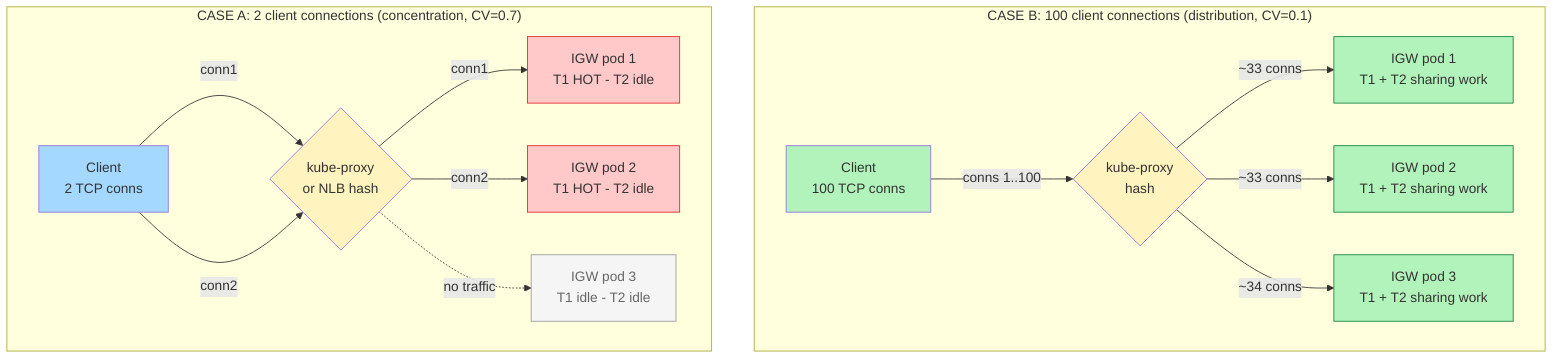
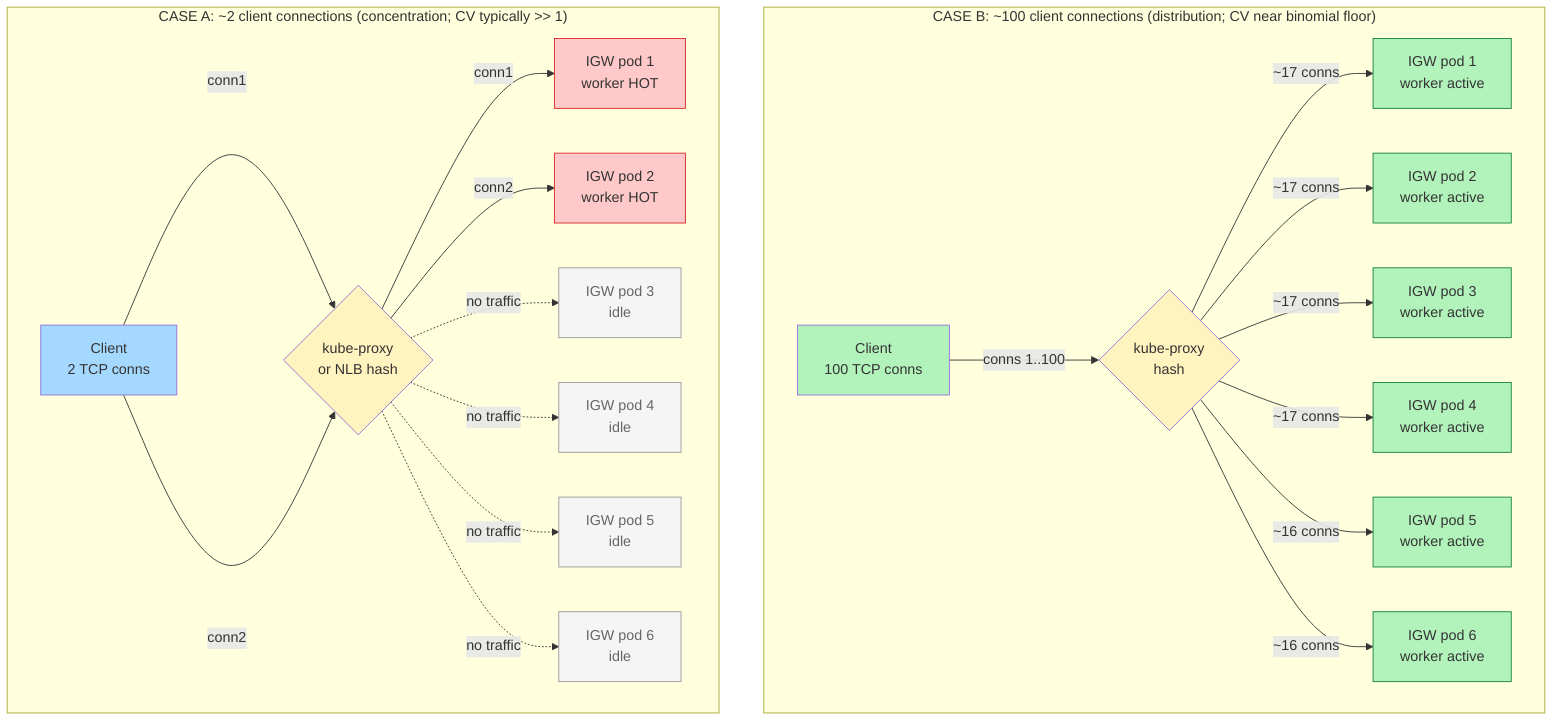
- %% H-A: Why few client connections concentrate load onto few worker threads
- %% Render: mmdc -i mechanism.mmd -o mechanism.png -t default -b white --width 1400
+ %% H-A: Why few client connections concentrate load onto few worker threads.
+ %% Diagram is sized for the lab default (6 IGW pods, 1 worker thread per pod at IGW_CPU=1).
+ %% Render: mmdc -i mechanism.mmd -o mechanism.png -b white --width 1600
flowchart LR
-   subgraph A["CASE A: 2 client connections (concentration, CV=0.7)"]
+   subgraph A["CASE A: ~2 client connections (concentration; CV typically >> 1)"]
    direction LR
    cA[Client<br/>2 TCP conns]
    hashA{kube-proxy<br/>or NLB hash}
    cA -->|conn1| hashA
    cA -->|conn2| hashA
-     hashA -->|conn1| pA1[IGW pod 1<br/>T1 HOT - T2 idle]
-     hashA -->|conn2| pA2[IGW pod 2<br/>T1 HOT - T2 idle]
-     hashA -.no traffic.-> pA3[IGW pod 3<br/>T1 idle - T2 idle]
+     hashA -->|conn1| pA1[IGW pod 1<br/>worker HOT]
+     hashA -->|conn2| pA2[IGW pod 2<br/>worker HOT]
+     hashA -.no traffic.-> pA3[IGW pod 3<br/>idle]
+     hashA -.no traffic.-> pA4[IGW pod 4<br/>idle]
+     hashA -.no traffic.-> pA5[IGW pod 5<br/>idle]
+     hashA -.no traffic.-> pA6[IGW pod 6<br/>idle]

    style pA1 fill:#ffc9c9,stroke:#dc2626
    style pA2 fill:#ffc9c9,stroke:#dc2626
    style pA3 fill:#f5f5f5,stroke:#999,color:#666
+     style pA4 fill:#f5f5f5,stroke:#999,color:#666
+     style pA5 fill:#f5f5f5,stroke:#999,color:#666
+     style pA6 fill:#f5f5f5,stroke:#999,color:#666
    style cA fill:#a5d8ff
    style hashA fill:#fff3bf
  end

-   subgraph B["CASE B: 100 client connections (distribution, CV=0.1)"]
+   subgraph B["CASE B: ~100 client connections (distribution; CV near binomial floor)"]
    direction LR
    cB[Client<br/>100 TCP conns]
    hashB{kube-proxy<br/>hash}
    cB -->|conns 1..100| hashB
-     hashB -->|~33 conns| pB1[IGW pod 1<br/>T1 + T2 sharing work]
-     hashB -->|~33 conns| pB2[IGW pod 2<br/>T1 + T2 sharing work]
-     hashB -->|~34 conns| pB3[IGW pod 3<br/>T1 + T2 sharing work]
+     hashB -->|~17 conns| pB1[IGW pod 1<br/>worker active]
+     hashB -->|~17 conns| pB2[IGW pod 2<br/>worker active]
+     hashB -->|~17 conns| pB3[IGW pod 3<br/>worker active]
+     hashB -->|~17 conns| pB4[IGW pod 4<br/>worker active]
+     hashB -->|~16 conns| pB5[IGW pod 5<br/>worker active]
+     hashB -->|~16 conns| pB6[IGW pod 6<br/>worker active]

    style pB1 fill:#b2f2bb,stroke:#15803d
    style pB2 fill:#b2f2bb,stroke:#15803d
    style pB3 fill:#b2f2bb,stroke:#15803d
+     style pB4 fill:#b2f2bb,stroke:#15803d
+     style pB5 fill:#b2f2bb,stroke:#15803d
+     style pB6 fill:#b2f2bb,stroke:#15803d
    style cB fill:#b2f2bb
    style hashB fill:#fff3bf
  end

  A ~~~ B

  classDef title font-weight:bold
